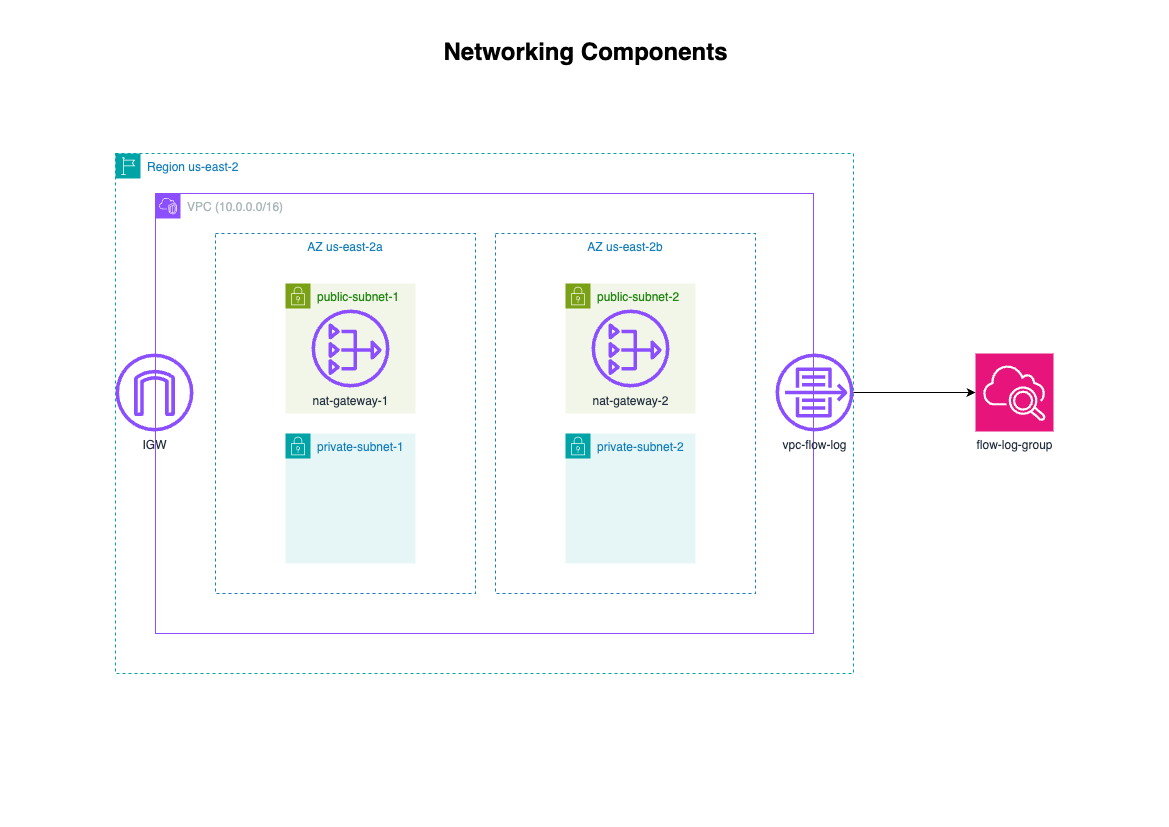
RichardSilveira/genai-bedrock-intelligent-assistant keeps this draw.io diagram as iac/assets/networking-components.drawio.png. Above is the earlier version. Source tidied: cells renumbered, new cells last; positions are measured from the earlier drawing's top-left corner, leaving out a move shared by most shapes.
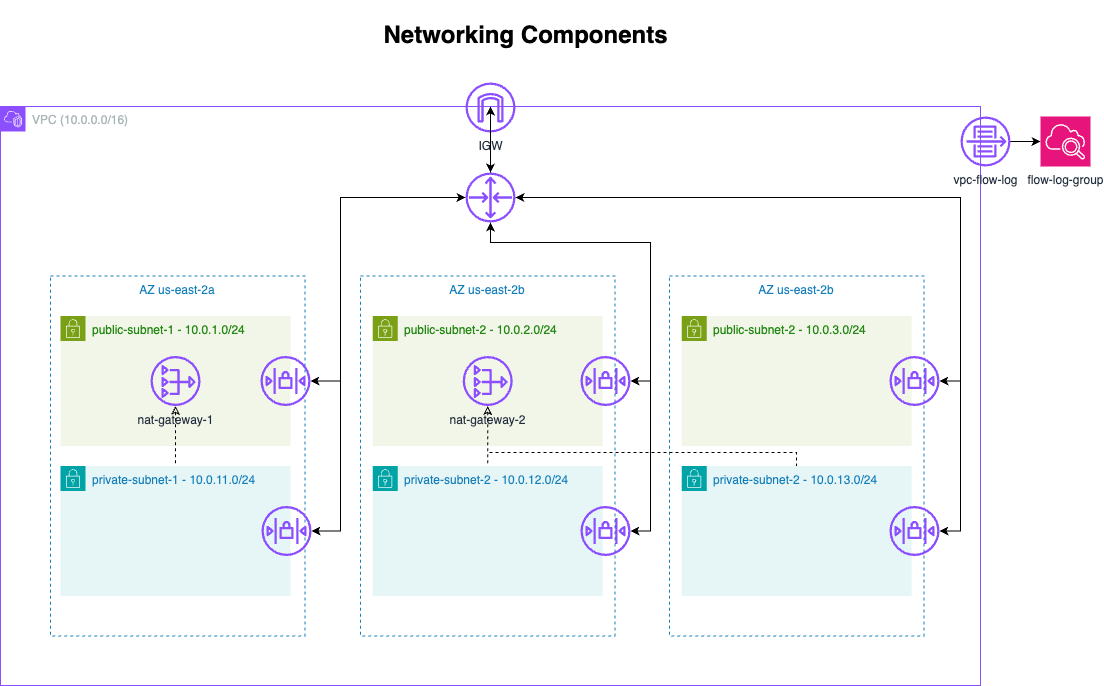
Above is the later version.

Commit message:
docs: update networking diagram

The edit, as a diff of the source:
```diff
@@ -2,50 +2,163 @@
   <root>
     <mxCell id="0" />
     <mxCell id="1" parent="0" />
-    <mxCell id="2" value="Region us-east-2" style="gradientColor=none;html=1;whiteSpace=wrap;fontSize=12;fontStyle=0;shape=mxgraph.aws4.group;grIcon=mxgraph.aws4.group_region;strokeColor=#00A4A6;fillColor=none;verticalAlign=top;align=left;spacingLeft=30;fontColor=#147EBA;dashed=1;" parent="1" vertex="1">
-      <mxGeometry y="136" width="738" height="520" as="geometry" />
-    </mxCell>
+    <mxCell id="17" value="AZ us-east-2b" style="fillColor=none;strokeColor=#147EBA;dashed=1;verticalAlign=top;fontStyle=0;fontColor=#147EBA;whiteSpace=wrap;html=1;" parent="1" vertex="1">
+      <mxGeometry x="614" y="275.5" width="254.4" height="360" as="geometry" />
+    </mxCell>
+    <mxCell id="4" value="AZ us-east-2a" style="fillColor=none;strokeColor=#147EBA;dashed=1;verticalAlign=top;fontStyle=0;fontColor=#147EBA;whiteSpace=wrap;html=1;" parent="1" vertex="1">
+      <mxGeometry x="-5" y="275.5" width="254.4" height="360" as="geometry" />
+    </mxCell>
+    <mxCell id="18" style="group;" parent="1" vertex="1">
+      <mxGeometry x="305" y="275.5" width="270" height="360" as="geometry" />
+    </mxCell>
+    <mxCell id="9" value="AZ us-east-2b" style="fillColor=none;strokeColor=#147EBA;dashed=1;verticalAlign=top;fontStyle=0;fontColor=#147EBA;whiteSpace=wrap;html=1;" parent="18" vertex="1">
+      <mxGeometry width="254.4" height="360" as="geometry" />
+    </mxCell>
+    <mxCell id="19" style="group;" parent="18" vertex="1">
+      <mxGeometry x="12.2" y="40" width="257.8" height="130" as="geometry" />
+    </mxCell>
+    <mxCell id="10" value="public-subnet-2 -&amp;nbsp;10.0.2.0/24" style="gradientColor=none;html=1;whiteSpace=wrap;fontSize=12;fontStyle=0;shape=mxgraph.aws4.group;grIcon=mxgraph.aws4.group_security_group;grStroke=0;strokeColor=#7AA116;fillColor=#F2F6E8;verticalAlign=top;align=left;spacingLeft=30;fontColor=#248814;dashed=0;" parent="19" vertex="1">
+      <mxGeometry width="230" height="130" as="geometry" />
+    </mxCell>
+    <mxCell id="12" value="nat-gateway-2" style="sketch=0;outlineConnect=0;fontColor=#232F3E;gradientColor=none;fillColor=#8C4FFF;strokeColor=none;dashed=0;verticalLabelPosition=bottom;verticalAlign=top;align=center;html=1;fontSize=12;fontStyle=0;shape=mxgraph.aws4.nat_gateway;" parent="19" vertex="1">
+      <mxGeometry x="90" y="40" width="50" height="50" as="geometry" />
+    </mxCell>
+    <mxCell id="20" style="sketch=0;outlineConnect=0;fontColor=#232F3E;gradientColor=none;fillColor=#8C4FFF;strokeColor=none;dashed=0;verticalLabelPosition=bottom;verticalAlign=top;align=center;html=1;fontSize=12;fontStyle=0;shape=mxgraph.aws4.network_access_control_list;" parent="19" vertex="1">
+      <mxGeometry x="207.8" y="40" width="50" height="50" as="geometry" />
+    </mxCell>
+    <mxCell id="11" value="private-subnet-2 -&amp;nbsp;10.0.12.0/24" style="points=[[0,0],[0.25,0],[0.5,0],[0.75,0],[1,0],[1,0.25],[1,0.5],[1,0.75],[1,1],[0.75,1],[0.5,1],[0.25,1],[0,1],[0,0.75],[0,0.5],[0,0.25]];outlineConnect=0;gradientColor=none;html=1;fontSize=12;fontStyle=0;shape=mxgraph.aws4.group;grIcon=mxgraph.aws4.group_security_group;grStroke=0;strokeColor=#00A4A6;fillColor=#E6F6F7;verticalAlign=top;align=left;spacingLeft=30;fontColor=#147EBA;dashed=0;whiteSpace=wrap;" parent="18" vertex="1">
+      <mxGeometry x="12.2" y="190" width="230" height="130" as="geometry" />
+    </mxCell>
+    <mxCell id="21" style="sketch=0;outlineConnect=0;fontColor=#232F3E;gradientColor=none;fillColor=#8C4FFF;strokeColor=none;dashed=0;verticalLabelPosition=bottom;verticalAlign=top;align=center;html=1;fontSize=12;fontStyle=0;shape=mxgraph.aws4.network_access_control_list;" parent="18" vertex="1">
+      <mxGeometry x="220" y="230" width="50" height="50" as="geometry" />
+    </mxCell>
+    <mxCell id="22" style="edgeStyle=orthogonalEdgeStyle;rounded=0;jettySize=auto;html=1;dashed=1;startArrow=classic;startFill=0;endArrow=none;" parent="18" edge="1" source="12" target="11">
+      <mxGeometry relative="1" as="geometry" />
+    </mxCell>
+    <mxCell id="16" value="&lt;h1&gt;Networking Components&lt;/h1&gt;" style="text;html=1;align=center;verticalAlign=middle;strokeColor=none;fillColor=none;" parent="1" vertex="1">
+      <mxGeometry x="315" width="310" height="70" as="geometry" />
+    </mxCell>
-    <mxCell id="3" value="VPC (10.0.0.0/16)&lt;span style=&quot;background-color: transparent; color: light-dark(rgb(170, 183, 184), rgb(74, 85, 86));&quot;&gt;&amp;nbsp;&lt;/span&gt;" style="points=[[0,0],[0.25,0],[0.5,0],[0.75,0],[1,0],[1,0.25],[1,0.5],[1,0.75],[1,1],[0.75,1],[0.5,1],[0.25,1],[0,1],[0,0.75],[0,0.5],[0,0.25]];outlineConnect=0;gradientColor=none;html=1;whiteSpace=wrap;fontSize=12;fontStyle=0;shape=mxgraph.aws4.group;grIcon=mxgraph.aws4.group_vpc2;strokeColor=#8C4FFF;fillColor=none;verticalAlign=top;align=left;spacingLeft=30;fontColor=#AAB7B8;dashed=0;" parent="2" vertex="1">
-      <mxGeometry x="40" y="40" width="658" height="440" as="geometry" />
+    <mxCell id="3" value="VPC (10.0.0.0/16)&lt;span style=&quot;background-color: transparent; color: light-dark(rgb(170, 183, 184), rgb(74, 85, 86));&quot;&gt;&amp;nbsp;&lt;/span&gt;" style="points=[[0,0],[0.25,0],[0.5,0],[0.75,0],[1,0],[1,0.25],[1,0.5],[1,0.75],[1,1],[0.75,1],[0.5,1],[0.25,1],[0,1],[0,0.75],[0,0.5],[0,0.25]];outlineConnect=0;gradientColor=none;html=1;whiteSpace=wrap;fontSize=12;fontStyle=0;shape=mxgraph.aws4.group;grIcon=mxgraph.aws4.group_vpc2;strokeColor=#8C4FFF;fillColor=none;verticalAlign=top;align=left;spacingLeft=30;fontColor=#AAB7B8;dashed=0;" parent="1" vertex="1">
+      <mxGeometry x="-55" y="106" width="980" height="579" as="geometry" />
     </mxCell>
-    <mxCell id="4" value="AZ us-east-2a" style="fillColor=none;strokeColor=#147EBA;dashed=1;verticalAlign=top;fontStyle=0;fontColor=#147EBA;whiteSpace=wrap;html=1;" parent="3" vertex="1">
-      <mxGeometry x="60" y="40" width="260" height="360" as="geometry" />
-    </mxCell>
+    <mxCell id="23" style="edgeStyle=orthogonalEdgeStyle;rounded=0;jettySize=auto;html=1;" parent="1" edge="1" source="7" target="26">
+      <mxGeometry relative="1" as="geometry" />
+    </mxCell>
+    <mxCell id="7" value="IGW" style="sketch=0;outlineConnect=0;fontColor=#232F3E;gradientColor=none;fillColor=#8C4FFF;strokeColor=none;dashed=0;verticalLabelPosition=bottom;verticalAlign=top;align=center;html=1;fontSize=12;fontStyle=0;shape=mxgraph.aws4.internet_gateway;" parent="1" vertex="1">
+      <mxGeometry x="410" y="82" width="50" height="50" as="geometry" />
+    </mxCell>
+    <mxCell id="24" style="edgeStyle=orthogonalEdgeStyle;rounded=0;jettySize=auto;html=1;" parent="1" edge="1" source="26" target="3">
+      <mxGeometry relative="1" as="geometry">
+        <Array as="points">
+          <mxPoint x="675" y="197" />
+          <mxPoint x="675" y="197" />
+        </Array>
+      </mxGeometry>
+    </mxCell>
+    <mxCell id="25" style="rounded=0;jettySize=auto;html=1;" parent="1" edge="1" source="26" target="3">
+      <mxGeometry relative="1" as="geometry" />
+    </mxCell>
+    <mxCell id="26" style="sketch=0;outlineConnect=0;fontColor=#232F3E;gradientColor=none;fillColor=#8C4FFF;strokeColor=none;dashed=0;verticalLabelPosition=bottom;verticalAlign=top;align=center;html=1;fontSize=12;fontStyle=0;shape=mxgraph.aws4.router;" parent="1" vertex="1">
+      <mxGeometry x="410" y="172" width="50" height="50" as="geometry" />
+    </mxCell>
-    <mxCell id="5" value="public-subnet-1" style="gradientColor=none;html=1;whiteSpace=wrap;fontSize=12;fontStyle=0;shape=mxgraph.aws4.group;grIcon=mxgraph.aws4.group_security_group;grStroke=0;strokeColor=#7AA116;fillColor=#F2F6E8;verticalAlign=top;align=left;spacingLeft=30;fontColor=#248814;dashed=0;" parent="3" vertex="1">
-      <mxGeometry x="130" y="90" width="130" height="130" as="geometry" />
+    <mxCell id="5" value="public-subnet-1 - 10.0.1.0/24" style="gradientColor=none;html=1;whiteSpace=wrap;fontSize=12;fontStyle=0;shape=mxgraph.aws4.group;grIcon=mxgraph.aws4.group_security_group;grStroke=0;strokeColor=#7AA116;fillColor=#F2F6E8;verticalAlign=top;align=left;spacingLeft=30;fontColor=#248814;dashed=0;" parent="1" vertex="1">
+      <mxGeometry x="5" y="315.5" width="230" height="130" as="geometry" />
     </mxCell>
+    <mxCell id="27" style="edgeStyle=elbowEdgeStyle;rounded=0;jettySize=auto;html=1;startArrow=classic;startFill=1;" parent="1" edge="1" source="28" target="26">
+      <mxGeometry relative="1" as="geometry">
+        <Array as="points">
+          <mxPoint x="285" y="272" />
+        </Array>
+      </mxGeometry>
+    </mxCell>
+    <mxCell id="28" style="sketch=0;outlineConnect=0;fontColor=#232F3E;gradientColor=none;fillColor=#8C4FFF;strokeColor=none;dashed=0;verticalLabelPosition=bottom;verticalAlign=top;align=center;html=1;fontSize=12;fontStyle=0;shape=mxgraph.aws4.network_access_control_list;" parent="1" vertex="1">
+      <mxGeometry x="205" y="355.5" width="50" height="50" as="geometry" />
+    </mxCell>
+    <mxCell id="29" style="edgeStyle=orthogonalEdgeStyle;rounded=0;jettySize=auto;html=1;dashed=1;startArrow=classic;startFill=0;endArrow=none;" parent="1" edge="1" source="8" target="6">
+      <mxGeometry relative="1" as="geometry" />
+    </mxCell>
+    <mxCell id="8" value="nat-gateway-1" style="sketch=0;outlineConnect=0;fontColor=#232F3E;gradientColor=none;fillColor=#8C4FFF;strokeColor=none;dashed=0;verticalLabelPosition=bottom;verticalAlign=top;align=center;html=1;fontSize=12;fontStyle=0;shape=mxgraph.aws4.nat_gateway;" parent="1" vertex="1">
+      <mxGeometry x="95" y="355.5" width="50" height="50" as="geometry" />
+    </mxCell>
-    <mxCell id="6" value="private-subnet-1" style="points=[[0,0],[0.25,0],[0.5,0],[0.75,0],[1,0],[1,0.25],[1,0.5],[1,0.75],[1,1],[0.75,1],[0.5,1],[0.25,1],[0,1],[0,0.75],[0,0.5],[0,0.25]];outlineConnect=0;gradientColor=none;html=1;fontSize=12;fontStyle=0;shape=mxgraph.aws4.group;grIcon=mxgraph.aws4.group_security_group;grStroke=0;strokeColor=#00A4A6;fillColor=#E6F6F7;verticalAlign=top;align=left;spacingLeft=30;fontColor=#147EBA;dashed=0;whiteSpace=wrap;" parent="3" vertex="1">
-      <mxGeometry x="130" y="240" width="130" height="130" as="geometry" />
+    <mxCell id="6" value="private-subnet-1 -&amp;nbsp;10.0.11.0/24" style="points=[[0,0],[0.25,0],[0.5,0],[0.75,0],[1,0],[1,0.25],[1,0.5],[1,0.75],[1,1],[0.75,1],[0.5,1],[0.25,1],[0,1],[0,0.75],[0,0.5],[0,0.25]];outlineConnect=0;gradientColor=none;html=1;fontSize=12;fontStyle=0;shape=mxgraph.aws4.group;grIcon=mxgraph.aws4.group_security_group;grStroke=0;strokeColor=#00A4A6;fillColor=#E6F6F7;verticalAlign=top;align=left;spacingLeft=30;fontColor=#147EBA;dashed=0;whiteSpace=wrap;" parent="1" vertex="1">
+      <mxGeometry x="5" y="465.5" width="230" height="130" as="geometry" />
     </mxCell>
-    <mxCell id="7" value="IGW" style="sketch=0;outlineConnect=0;fontColor=#232F3E;gradientColor=none;fillColor=#8C4FFF;strokeColor=none;dashed=0;verticalLabelPosition=bottom;verticalAlign=top;align=center;html=1;fontSize=12;fontStyle=0;shape=mxgraph.aws4.internet_gateway;" parent="3" vertex="1">
-      <mxGeometry x="-40" y="160" width="78" height="78" as="geometry" />
-    </mxCell>
-    <mxCell id="8" value="nat-gateway-1" style="sketch=0;outlineConnect=0;fontColor=#232F3E;gradientColor=none;fillColor=#8C4FFF;strokeColor=none;dashed=0;verticalLabelPosition=bottom;verticalAlign=top;align=center;html=1;fontSize=12;fontStyle=0;shape=mxgraph.aws4.nat_gateway;" parent="3" vertex="1">
-      <mxGeometry x="156" y="116" width="78" height="78" as="geometry" />
-    </mxCell>
-    <mxCell id="9" value="AZ us-east-2b" style="fillColor=none;strokeColor=#147EBA;dashed=1;verticalAlign=top;fontStyle=0;fontColor=#147EBA;whiteSpace=wrap;html=1;" parent="3" vertex="1">
-      <mxGeometry x="340" y="40" width="260" height="360" as="geometry" />
-    </mxCell>
-    <mxCell id="10" value="public-subnet-2" style="gradientColor=none;html=1;whiteSpace=wrap;fontSize=12;fontStyle=0;shape=mxgraph.aws4.group;grIcon=mxgraph.aws4.group_security_group;grStroke=0;strokeColor=#7AA116;fillColor=#F2F6E8;verticalAlign=top;align=left;spacingLeft=30;fontColor=#248814;dashed=0;" parent="3" vertex="1">
-      <mxGeometry x="410" y="90" width="130" height="130" as="geometry" />
-    </mxCell>
-    <mxCell id="11" value="private-subnet-2" style="points=[[0,0],[0.25,0],[0.5,0],[0.75,0],[1,0],[1,0.25],[1,0.5],[1,0.75],[1,1],[0.75,1],[0.5,1],[0.25,1],[0,1],[0,0.75],[0,0.5],[0,0.25]];outlineConnect=0;gradientColor=none;html=1;fontSize=12;fontStyle=0;shape=mxgraph.aws4.group;grIcon=mxgraph.aws4.group_security_group;grStroke=0;strokeColor=#00A4A6;fillColor=#E6F6F7;verticalAlign=top;align=left;spacingLeft=30;fontColor=#147EBA;dashed=0;whiteSpace=wrap;" parent="3" vertex="1">
-      <mxGeometry x="410" y="240" width="130" height="130" as="geometry" />
-    </mxCell>
-    <mxCell id="12" value="nat-gateway-2" style="sketch=0;outlineConnect=0;fontColor=#232F3E;gradientColor=none;fillColor=#8C4FFF;strokeColor=none;dashed=0;verticalLabelPosition=bottom;verticalAlign=top;align=center;html=1;fontSize=12;fontStyle=0;shape=mxgraph.aws4.nat_gateway;" parent="3" vertex="1">
-      <mxGeometry x="436" y="116" width="78" height="78" as="geometry" />
-    </mxCell>
+    <mxCell id="30" style="edgeStyle=orthogonalEdgeStyle;rounded=0;jettySize=auto;html=1;startArrow=classic;startFill=1;" parent="1" edge="1" source="31" target="26">
+      <mxGeometry relative="1" as="geometry">
+        <Array as="points">
+          <mxPoint x="285" y="531" />
+          <mxPoint x="285" y="197" />
+        </Array>
+      </mxGeometry>
+    </mxCell>
+    <mxCell id="31" style="sketch=0;outlineConnect=0;fontColor=#232F3E;gradientColor=none;fillColor=#8C4FFF;strokeColor=none;dashed=0;verticalLabelPosition=bottom;verticalAlign=top;align=center;html=1;fontSize=12;fontStyle=0;shape=mxgraph.aws4.network_access_control_list;" parent="1" vertex="1">
+      <mxGeometry x="206" y="505.5" width="50" height="50" as="geometry" />
+    </mxCell>
+    <mxCell id="32" value="private-subnet-2 -&amp;nbsp;10.0.13.0/24" style="points=[[0,0],[0.25,0],[0.5,0],[0.75,0],[1,0],[1,0.25],[1,0.5],[1,0.75],[1,1],[0.75,1],[0.5,1],[0.25,1],[0,1],[0,0.75],[0,0.5],[0,0.25]];outlineConnect=0;gradientColor=none;html=1;fontSize=12;fontStyle=0;shape=mxgraph.aws4.group;grIcon=mxgraph.aws4.group_security_group;grStroke=0;strokeColor=#00A4A6;fillColor=#E6F6F7;verticalAlign=top;align=left;spacingLeft=30;fontColor=#147EBA;dashed=0;whiteSpace=wrap;" parent="1" vertex="1">
+      <mxGeometry x="626.2" y="465.5" width="230" height="130" as="geometry" />
+    </mxCell>
+    <mxCell id="33" style="edgeStyle=orthogonalEdgeStyle;rounded=0;jettySize=auto;html=1;startArrow=classic;startFill=1;" parent="1" edge="1" source="34" target="26">
+      <mxGeometry relative="1" as="geometry">
+        <Array as="points">
+          <mxPoint x="905" y="531" />
+          <mxPoint x="905" y="197" />
+        </Array>
+      </mxGeometry>
+    </mxCell>
+    <mxCell id="34" style="sketch=0;outlineConnect=0;fontColor=#232F3E;gradientColor=none;fillColor=#8C4FFF;strokeColor=none;dashed=0;verticalLabelPosition=bottom;verticalAlign=top;align=center;html=1;fontSize=12;fontStyle=0;shape=mxgraph.aws4.network_access_control_list;" parent="1" vertex="1">
+      <mxGeometry x="834" y="505.5" width="50" height="50" as="geometry" />
+    </mxCell>
+    <mxCell id="35" value="public-subnet-2 -&amp;nbsp;10.0.3.0/24" style="gradientColor=none;html=1;whiteSpace=wrap;fontSize=12;fontStyle=0;shape=mxgraph.aws4.group;grIcon=mxgraph.aws4.group_security_group;grStroke=0;strokeColor=#7AA116;fillColor=#F2F6E8;verticalAlign=top;align=left;spacingLeft=30;fontColor=#248814;dashed=0;" parent="1" vertex="1">
+      <mxGeometry x="626.2" y="315.5" width="230" height="130" as="geometry" />
+    </mxCell>
+    <mxCell id="36" style="edgeStyle=orthogonalEdgeStyle;rounded=0;jettySize=auto;html=1;startArrow=classic;startFill=1;" parent="1" edge="1" source="37" target="26">
+      <mxGeometry relative="1" as="geometry">
+        <Array as="points">
+          <mxPoint x="905" y="381" />
+          <mxPoint x="905" y="197" />
+        </Array>
+      </mxGeometry>
+    </mxCell>
+    <mxCell id="37" style="sketch=0;outlineConnect=0;fontColor=#232F3E;gradientColor=none;fillColor=#8C4FFF;strokeColor=none;dashed=0;verticalLabelPosition=bottom;verticalAlign=top;align=center;html=1;fontSize=12;fontStyle=0;shape=mxgraph.aws4.network_access_control_list;" parent="1" vertex="1">
+      <mxGeometry x="834" y="355.5" width="50" height="50" as="geometry" />
+    </mxCell>
+    <mxCell id="38" style="edgeStyle=orthogonalEdgeStyle;rounded=0;jettySize=auto;html=1;startArrow=classic;startFill=1;" parent="1" edge="1" source="21" target="26">
+      <mxGeometry relative="1" as="geometry">
+        <Array as="points">
+          <mxPoint x="595" y="531" />
+          <mxPoint x="595" y="242" />
+          <mxPoint x="435" y="242" />
+        </Array>
+      </mxGeometry>
+    </mxCell>
+    <mxCell id="39" style="edgeStyle=orthogonalEdgeStyle;rounded=0;jettySize=auto;html=1;startArrow=classic;startFill=1;" parent="1" edge="1" source="20" target="26">
+      <mxGeometry relative="1" as="geometry">
+        <Array as="points">
+          <mxPoint x="595" y="381" />
+          <mxPoint x="595" y="242" />
+          <mxPoint x="435" y="242" />
+        </Array>
+      </mxGeometry>
+    </mxCell>
+    <mxCell id="40" style="group;" parent="1" vertex="1">
+      <mxGeometry x="905" y="116" width="130" height="50" as="geometry" />
+    </mxCell>
+    <mxCell id="14" value="flow-log-group" style="sketch=0;points=[[0,0,0],[0.25,0,0],[0.5,0,0],[0.75,0,0],[1,0,0],[0,1,0],[0.25,1,0],[0.5,1,0],[0.75,1,0],[1,1,0],[0,0.25,0],[0,0.5,0],[0,0.75,0],[1,0.25,0],[1,0.5,0],[1,0.75,0]];points=[[0,0,0],[0.25,0,0],[0.5,0,0],[0.75,0,0],[1,0,0],[0,1,0],[0.25,1,0],[0.5,1,0],[0.75,1,0],[1,1,0],[0,0.25,0],[0,0.5,0],[0,0.75,0],[1,0.25,0],[1,0.5,0],[1,0.75,0]];outlineConnect=0;fontColor=#232F3E;fillColor=#E7157B;strokeColor=#ffffff;dashed=0;verticalLabelPosition=bottom;verticalAlign=top;align=center;html=1;fontSize=12;fontStyle=0;shape=mxgraph.aws4.resourceIcon;resIcon=mxgraph.aws4.cloudwatch_2;" parent="40" vertex="1">
+      <mxGeometry x="80" width="50" height="50" as="geometry" />
+    </mxCell>
-    <mxCell id="13" value="vpc-flow-log" style="sketch=0;outlineConnect=0;fontColor=#232F3E;gradientColor=none;fillColor=#8C4FFF;strokeColor=none;dashed=0;verticalLabelPosition=bottom;verticalAlign=top;align=center;html=1;fontSize=12;fontStyle=0;shape=mxgraph.aws4.flow_logs;" parent="2" vertex="1">
-      <mxGeometry x="660" y="200" width="78" height="78" as="geometry" />
+    <mxCell id="13" value="vpc-flow-log" style="sketch=0;outlineConnect=0;fontColor=#232F3E;gradientColor=none;fillColor=#8C4FFF;strokeColor=none;dashed=0;verticalLabelPosition=bottom;verticalAlign=top;align=center;html=1;fontSize=12;fontStyle=0;shape=mxgraph.aws4.flow_logs;" parent="40" vertex="1">
+      <mxGeometry width="50" height="50" as="geometry" />
     </mxCell>
-    <mxCell id="14" value="flow-log-group" style="sketch=0;points=[[0,0,0],[0.25,0,0],[0.5,0,0],[0.75,0,0],[1,0,0],[0,1,0],[0.25,1,0],[0.5,1,0],[0.75,1,0],[1,1,0],[0,0.25,0],[0,0.5,0],[0,0.75,0],[1,0.25,0],[1,0.5,0],[1,0.75,0]];points=[[0,0,0],[0.25,0,0],[0.5,0,0],[0.75,0,0],[1,0,0],[0,1,0],[0.25,1,0],[0.5,1,0],[0.75,1,0],[1,1,0],[0,0.25,0],[0,0.5,0],[0,0.75,0],[1,0.25,0],[1,0.5,0],[1,0.75,0]];outlineConnect=0;fontColor=#232F3E;fillColor=#E7157B;strokeColor=#ffffff;dashed=0;verticalLabelPosition=bottom;verticalAlign=top;align=center;html=1;fontSize=12;fontStyle=0;shape=mxgraph.aws4.resourceIcon;resIcon=mxgraph.aws4.cloudwatch_2;" parent="1" vertex="1">
-      <mxGeometry x="860" y="336" width="78" height="78" as="geometry" />
-    </mxCell>
-    <mxCell id="15" style="edgeStyle=orthogonalEdgeStyle;rounded=0;jettySize=auto;html=1;" parent="1" edge="1" source="13" target="14">
+    <mxCell id="15" style="edgeStyle=orthogonalEdgeStyle;rounded=0;jettySize=auto;html=1;" parent="40" edge="1" source="13" target="14">
       <mxGeometry relative="1" as="geometry" />
     </mxCell>
-    <mxCell id="16" value="&lt;h1&gt;Networking Components&lt;/h1&gt;" style="text;html=1;align=center;verticalAlign=middle;strokeColor=none;fillColor=none;" parent="1" vertex="1">
-      <mxGeometry x="315" width="310" height="70" as="geometry" />
-    </mxCell>
+    <mxCell id="41" style="edgeStyle=orthogonalEdgeStyle;rounded=0;jettySize=auto;html=1;dashed=1;startArrow=classic;startFill=0;endArrow=none;" parent="1" edge="1" source="12" target="32">
+      <mxGeometry relative="1" as="geometry">
+        <Array as="points">
+          <mxPoint x="432" y="452" />
+          <mxPoint x="741" y="452" />
+        </Array>
+      </mxGeometry>
+    </mxCell>
   </root>
 </mxGraphModel>
```
